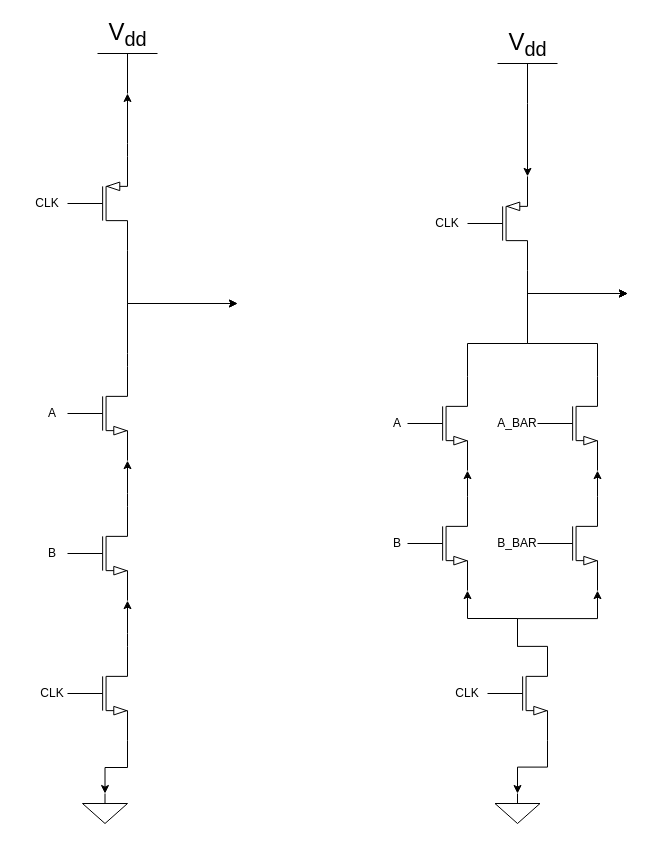
Before: pictures/HalfAdder.drawio in wlshen321/312ProjectSchematics, a draw.io diagram. Source tidied: cells renumbered, new cells numbered last; positions are measured from the earlier drawing's top-left corner, leaving out a move shared by most shapes. Both pictures are drawn from the tidied source at 100%, with x=0, y=0 at pixel (17, 53).
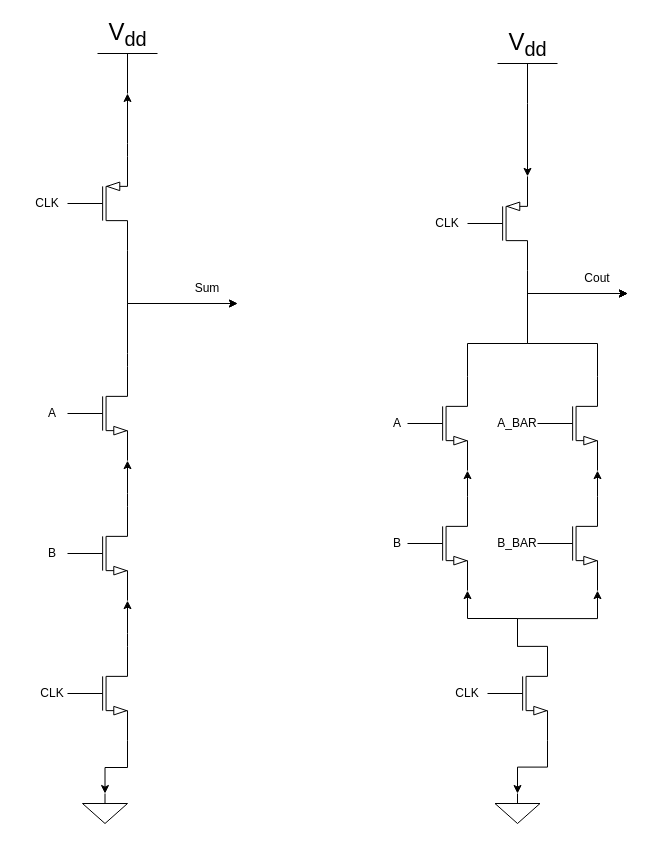
The same page after the edit.

What changed in the source:
```diff
@@
+    <mxCell id="42" value="Sum" style="text;html=1;strokeColor=none;fillColor=none;align=center;verticalAlign=middle;whiteSpace=wrap;rounded=0;" parent="1" vertex="1">
+      <mxGeometry x="160" y="220" width="60" height="30" as="geometry" />
+    </mxCell>
+    <mxCell id="43" value="Cout" style="text;html=1;strokeColor=none;fillColor=none;align=center;verticalAlign=middle;whiteSpace=wrap;rounded=0;" parent="1" vertex="1">
+      <mxGeometry x="550" y="210" width="60" height="30" as="geometry" />
+    </mxCell>
```
